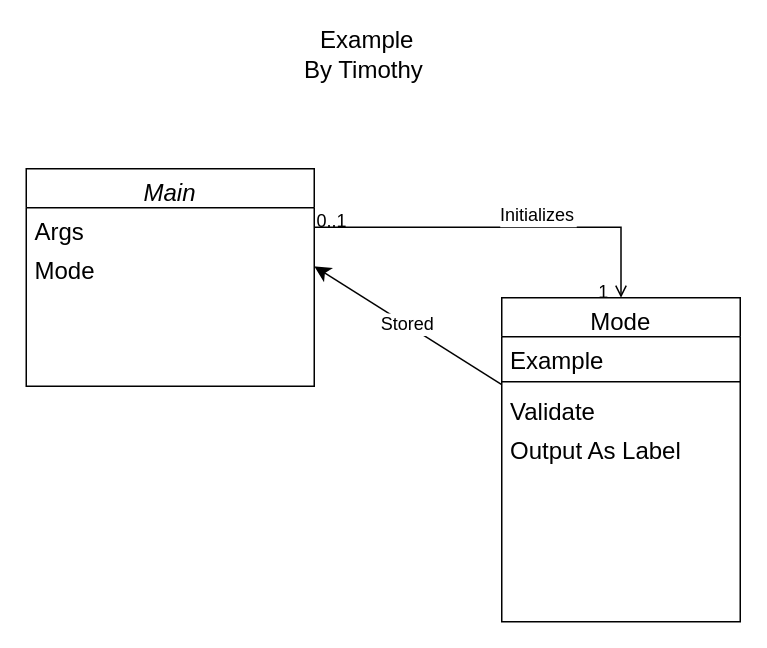
Above: page "Program" (2 of 2) of Robot.drawio in SomeDev2/DrawIO (draw.io), before the change. Source tidied: cells renumbered, new cells numbered last; positions are measured from the earlier drawing's top-left corner, leaving out a move shared by most shapes. Both pictures are drawn from the tidied source at 150%, with x=0, y=0 at pixel (26, 32).
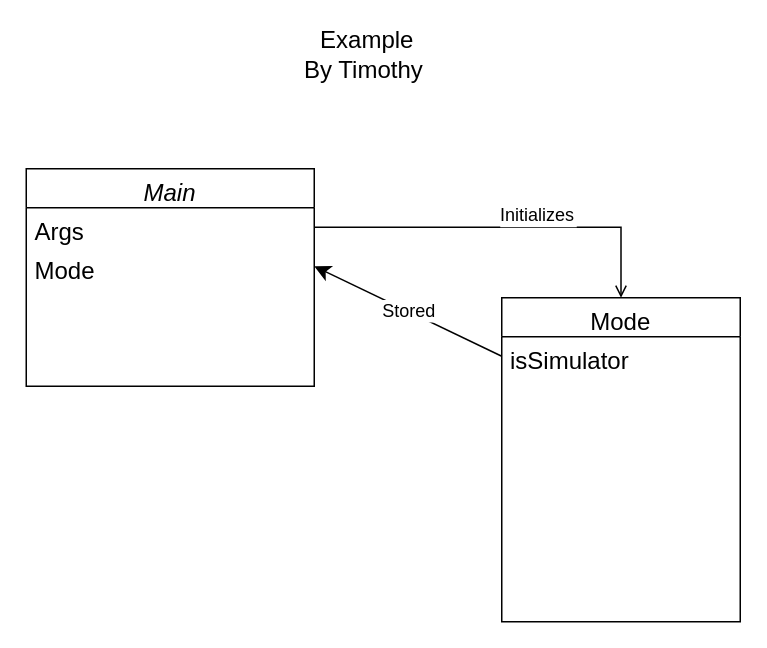
Above is the later version.

The edit, as a diff of the source:
```diff
@@
 <mxGraphModel>
   <root>
     <mxCell id="0" />
     <mxCell id="1" parent="0" />
     <mxCell id="2" value="Main" style="swimlane;fontStyle=2;align=center;verticalAlign=top;horizontal=1;startSize=26;rounded=0;shadow=0;strokeWidth=1;fontSize=16;" parent="1" vertex="1">
       <mxGeometry y="91" width="192" height="145" as="geometry" />
     </mxCell>
     <mxCell id="3" value="Args" style="text;align=left;verticalAlign=top;spacingLeft=4;spacingRight=4;overflow=hidden;points=[[0,0.5],[1,0.5]];portConstraint=eastwest;fontSize=16;" parent="2" vertex="1">
       <mxGeometry y="26" width="192" height="26" as="geometry" />
     </mxCell>
     <mxCell id="4" value="Mode" style="text;align=left;verticalAlign=top;spacingLeft=4;spacingRight=4;overflow=hidden;points=[[0,0.5],[1,0.5]];portConstraint=eastwest;rounded=0;shadow=0;html=0;fontSize=16;" parent="2" vertex="1">
       <mxGeometry y="52" width="192" height="26" as="geometry" />
     </mxCell>
-    <mxCell id="5" value="Stored" style="edgeStyle=none;curved=1;rounded=0;jettySize=auto;html=1;fontSize=12;startSize=8;endSize=8;entryX=1;entryY=0.5;entryDx=0;entryDy=0;" parent="1" edge="1" source="6" target="4">
+    <mxCell id="5" value="Stored" style="edgeStyle=none;curved=1;rounded=0;jettySize=auto;html=1;fontSize=12;startSize=8;endSize=8;entryX=1;entryY=0.5;entryDx=0;entryDy=0;exitX=0;exitY=0.5;exitDx=0;exitDy=0;" parent="1" edge="1" source="9" target="4">
       <mxGeometry relative="1" as="geometry" />
     </mxCell>
     <mxCell id="6" value="Mode" style="swimlane;fontStyle=0;align=center;verticalAlign=top;horizontal=1;startSize=26;rounded=0;shadow=0;strokeWidth=1;fontSize=16;" parent="1" vertex="1">
       <mxGeometry x="317" y="177" width="159" height="216" as="geometry" />
     </mxCell>
-    <mxCell id="7" value="Example" style="text;align=left;verticalAlign=top;spacingLeft=4;spacingRight=4;overflow=hidden;fontSize=16;" parent="6" vertex="1">
-      <mxGeometry y="26" width="159" height="26" as="geometry" />
-    </mxCell>
-    <mxCell id="8" style="line;html=1;strokeWidth=1;align=left;verticalAlign=middle;spacingTop=-1;spacingLeft=3;spacingRight=3;labelPosition=right;fontSize=16;" parent="6" vertex="1">
-      <mxGeometry y="52" width="159" height="8" as="geometry" />
-    </mxCell>
-    <mxCell id="9" value="Validate" style="text;align=left;verticalAlign=top;spacingLeft=4;spacingRight=4;overflow=hidden;points=[[0,0.5],[1,0.5]];portConstraint=eastwest;fontSize=16;" parent="6" vertex="1">
-      <mxGeometry y="60" width="159" height="26" as="geometry" />
+    <mxCell id="9" value="isSimulator" style="text;align=left;verticalAlign=top;spacingLeft=4;spacingRight=4;overflow=hidden;points=[[0,0.5],[1,0.5]];portConstraint=eastwest;fontSize=16;" parent="6" vertex="1">
+      <mxGeometry y="26" width="159" height="26" as="geometry" />
     </mxCell>
-    <mxCell id="10" value="Output As Label" style="text;align=left;verticalAlign=top;spacingLeft=4;spacingRight=4;overflow=hidden;fontSize=16;" parent="6" vertex="1">
-      <mxGeometry y="86" width="159" height="26" as="geometry" />
-    </mxCell>
     <mxCell id="11" value="Initializes" style="endArrow=open;shadow=0;strokeWidth=1;rounded=0;endFill=1;edgeStyle=elbowEdgeStyle;elbow=vertical;fontSize=12;exitX=1;exitY=0.5;exitDx=0;exitDy=0;entryX=0.5;entryY=0;entryDx=0;entryDy=0;" parent="1" edge="1" source="3" target="6">
       <mxGeometry x="0.5" y="41" relative="1" as="geometry">
         <Array as="points">
           <mxPoint x="328" y="130" />
         </Array>
         <mxPoint x="-40" y="32" as="offset" />
       </mxGeometry>
     </mxCell>
-    <mxCell id="12" value="0..1" style="align=left;verticalAlign=bottom;labelBackgroundColor=none;fontSize=12;" parent="11" vertex="1">
+    <mxCell id="12" style="align=left;verticalAlign=bottom;labelBackgroundColor=none;fontSize=12;direction=south;" parent="11" vertex="1">
       <mxGeometry x="-1" relative="1" as="geometry">
         <mxPoint y="4" as="offset" />
       </mxGeometry>
     </mxCell>
-    <mxCell id="13" value="1" style="align=right;verticalAlign=bottom;labelBackgroundColor=none;fontSize=12;" parent="11" vertex="1">
+    <mxCell id="13" style="align=right;verticalAlign=bottom;labelBackgroundColor=none;fontSize=12;" parent="11" vertex="1">
       <mxGeometry x="1" relative="1" as="geometry">
-        <mxPoint x="-7" y="4" as="offset" />
+        <mxPoint x="-21" y="-16" as="offset" />
       </mxGeometry>
     </mxCell>
     <mxCell id="14" value="Example&lt;br&gt;By Timothy&amp;nbsp;" style="text;strokeColor=none;fillColor=none;html=1;align=center;verticalAlign=middle;whiteSpace=wrap;rounded=0;fontSize=16;" parent="1" vertex="1">
       <mxGeometry x="133" width="189" height="30" as="geometry" />
     </mxCell>
   </root>
 </mxGraphModel>
```
